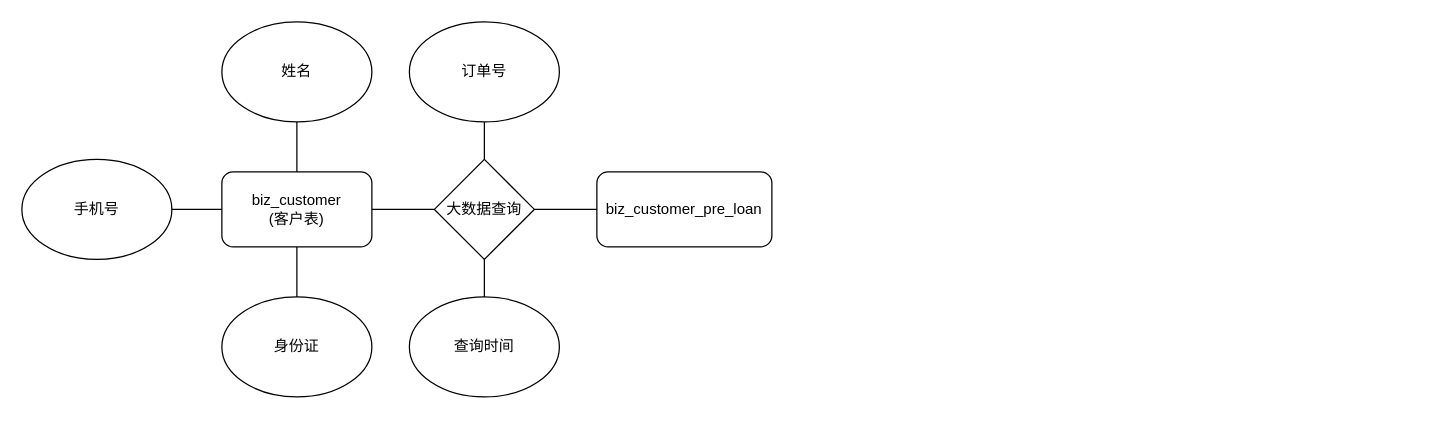
Before: liyu-er.drawio in ncjdjyh/materials, a draw.io diagram. Source tidied: cells renumbered, new cells numbered last; positions are measured from the earlier drawing's top-left corner, leaving out a move shared by most shapes. Both pictures are drawn from the tidied source at 125%, with x=0, y=0 at pixel (21, 21).
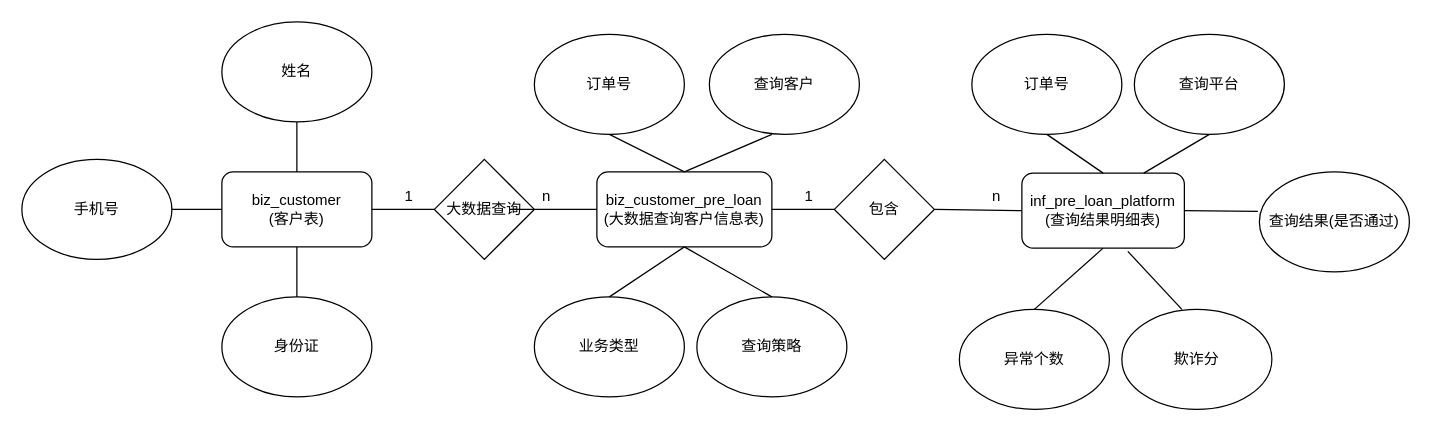
Above is the later version.

The change refers to these unchanged cells:
```xml
<mxCell id="11" value="大数据查询" style="rhombus;whiteSpace=wrap;html=1;fillColor=none;" parent="1" vertex="1">
  <mxGeometry x="330" y="110" width="80" height="80" as="geometry" />
</mxCell>
```

Diff of the diagram source:
```diff
@@
-    <mxCell id="6" value="biz_customer_pre_loan" style="rounded=1;whiteSpace=wrap;html=1;fillColor=none;" parent="1" vertex="1">
+    <mxCell id="6" value="biz_customer_pre_loan&lt;br&gt;(大数据查询客户信息表)" style="rounded=1;whiteSpace=wrap;html=1;fillColor=none;" parent="1" vertex="1">
       <mxGeometry x="460" y="120" width="140" height="60" as="geometry" />
     </mxCell>
@@
-    <mxCell id="13" style="endArrow=none;html=1;exitX=1;exitY=0.5;exitDx=0;exitDy=0;entryX=0;entryY=0.5;entryDx=0;entryDy=0;" parent="1" edge="1" source="11" target="6">
-      <mxGeometry relative="1" as="geometry" />
+    <mxCell id="13" style="endArrow=none;html=1;exitX=1;exitY=0.5;exitDx=0;exitDy=0;entryX=0;entryY=0.5;entryDx=0;entryDy=0;" parent="1" edge="1" target="6">
+      <mxGeometry relative="1" as="geometry">
+        <mxPoint x="390" y="150" as="sourcePoint" />
+      </mxGeometry>
     </mxCell>
-    <mxCell id="14" value="订单号" style="ellipse;whiteSpace=wrap;html=1;fillColor=none;" parent="1" vertex="1">
-      <mxGeometry x="310" width="120" height="80" as="geometry" />
-    </mxCell>
-    <mxCell id="15" style="endArrow=none;html=1;entryX=0.5;entryY=1;entryDx=0;entryDy=0;exitX=0.5;exitY=0;exitDx=0;exitDy=0;" parent="1" edge="1" source="11" target="14">
-      <mxGeometry relative="1" as="geometry" />
-    </mxCell>
-    <mxCell id="16" value="查询时间" style="ellipse;whiteSpace=wrap;html=1;fillColor=none;" parent="1" vertex="1">
-      <mxGeometry x="310" y="220" width="120" height="80" as="geometry" />
-    </mxCell>
-    <mxCell id="17" style="endArrow=none;html=1;exitX=0.5;exitY=0;exitDx=0;exitDy=0;entryX=0.5;entryY=1;entryDx=0;entryDy=0;" parent="1" edge="1" source="16" target="11">
-      <mxGeometry relative="1" as="geometry" />
-    </mxCell>
+    <mxCell id="18" value="订单号" style="ellipse;whiteSpace=wrap;html=1;fillColor=none;" parent="1" vertex="1">
+      <mxGeometry x="410" y="10" width="120" height="80" as="geometry" />
+    </mxCell>
+    <mxCell id="19" value="业务类型" style="ellipse;whiteSpace=wrap;html=1;fillColor=none;" parent="1" vertex="1">
+      <mxGeometry x="410" y="220" width="120" height="80" as="geometry" />
+    </mxCell>
+    <mxCell id="20" style="endArrow=none;html=1;entryX=0.5;entryY=1;entryDx=0;entryDy=0;exitX=0.5;exitY=0;exitDx=0;exitDy=0;" parent="1" edge="1" source="6" target="18">
+      <mxGeometry relative="1" as="geometry" />
+    </mxCell>
+    <mxCell id="21" style="endArrow=none;html=1;entryX=0.5;entryY=1;entryDx=0;entryDy=0;exitX=0.5;exitY=0;exitDx=0;exitDy=0;" parent="1" edge="1" source="19" target="6">
+      <mxGeometry relative="1" as="geometry" />
+    </mxCell>
+    <mxCell id="22" value="查询策略" style="ellipse;whiteSpace=wrap;html=1;fillColor=none;" parent="1" vertex="1">
+      <mxGeometry x="540" y="220" width="120" height="80" as="geometry" />
+    </mxCell>
+    <mxCell id="23" style="endArrow=none;html=1;entryX=0.5;entryY=1;entryDx=0;entryDy=0;exitX=0.5;exitY=0;exitDx=0;exitDy=0;" parent="1" edge="1" source="22" target="6">
+      <mxGeometry relative="1" as="geometry" />
+    </mxCell>
+    <mxCell id="24" value="n" style="text;html=1;strokeColor=none;fillColor=none;align=center;verticalAlign=middle;whiteSpace=wrap;rounded=0;" parent="1" vertex="1">
+      <mxGeometry x="400" y="130" width="40" height="20" as="geometry" />
+    </mxCell>
+    <mxCell id="25" value="1" style="text;html=1;strokeColor=none;fillColor=none;align=center;verticalAlign=middle;whiteSpace=wrap;rounded=0;" parent="1" vertex="1">
+      <mxGeometry x="290" y="130" width="40" height="20" as="geometry" />
+    </mxCell>
+    <mxCell id="26" value="inf_pre_loan_platform&lt;br&gt;(查询结果明细表)" style="rounded=1;whiteSpace=wrap;html=1;fillColor=none;" parent="1" vertex="1">
+      <mxGeometry x="800" y="121" width="130" height="60" as="geometry" />
+    </mxCell>
+    <mxCell id="27" value="包含" style="rhombus;whiteSpace=wrap;html=1;fillColor=none;" parent="1" vertex="1">
+      <mxGeometry x="650" y="110" width="80" height="80" as="geometry" />
+    </mxCell>
+    <mxCell id="28" style="endArrow=none;html=1;exitX=1;exitY=0.5;exitDx=0;exitDy=0;entryX=0;entryY=0.5;entryDx=0;entryDy=0;" parent="1" edge="1" source="6">
+      <mxGeometry relative="1" as="geometry">
+        <mxPoint x="650" y="150" as="targetPoint" />
+      </mxGeometry>
+    </mxCell>
+    <mxCell id="29" style="endArrow=none;html=1;exitX=0;exitY=0.5;exitDx=0;exitDy=0;entryX=1;entryY=0.5;entryDx=0;entryDy=0;" parent="1" edge="1" source="26" target="27">
+      <mxGeometry relative="1" as="geometry" />
+    </mxCell>
+    <mxCell id="30" value="1" style="text;html=1;strokeColor=none;fillColor=none;align=center;verticalAlign=middle;whiteSpace=wrap;rounded=0;" parent="1" vertex="1">
+      <mxGeometry x="610" y="130" width="40" height="20" as="geometry" />
+    </mxCell>
+    <mxCell id="31" value="n" style="text;html=1;strokeColor=none;fillColor=none;align=center;verticalAlign=middle;whiteSpace=wrap;rounded=0;" parent="1" vertex="1">
+      <mxGeometry x="760" y="130" width="40" height="20" as="geometry" />
+    </mxCell>
+    <mxCell id="32" value="订单号" style="ellipse;whiteSpace=wrap;html=1;fillColor=none;" parent="1" vertex="1">
+      <mxGeometry x="760" y="10" width="120" height="80" as="geometry" />
+    </mxCell>
+    <mxCell id="33" value="异常个数" style="ellipse;whiteSpace=wrap;html=1;fillColor=none;" parent="1" vertex="1">
+      <mxGeometry x="750" y="230" width="120" height="80" as="geometry" />
+    </mxCell>
+    <mxCell id="34" value="查询平台" style="ellipse;whiteSpace=wrap;html=1;fillColor=none;" parent="1" vertex="1">
+      <mxGeometry x="890" y="10" width="120" height="80" as="geometry" />
+    </mxCell>
+    <mxCell id="35" value="欺诈分" style="ellipse;whiteSpace=wrap;html=1;fillColor=none;" parent="1" vertex="1">
+      <mxGeometry x="880" y="230" width="120" height="80" as="geometry" />
+    </mxCell>
+    <mxCell id="36" value="查询结果(是否通过)" style="ellipse;whiteSpace=wrap;html=1;fillColor=none;" parent="1" vertex="1">
+      <mxGeometry x="990" y="120" width="120" height="80" as="geometry" />
+    </mxCell>
+    <mxCell id="37" value="查询客户" style="ellipse;whiteSpace=wrap;html=1;fillColor=none;" parent="1" vertex="1">
+      <mxGeometry x="550" y="10" width="120" height="80" as="geometry" />
+    </mxCell>
+    <mxCell id="38" style="endArrow=none;html=1;exitX=0.5;exitY=0;exitDx=0;exitDy=0;" parent="1" edge="1" source="6">
+      <mxGeometry relative="1" as="geometry">
+        <mxPoint x="600" y="90" as="targetPoint" />
+      </mxGeometry>
+    </mxCell>
+    <mxCell id="39" style="endArrow=none;html=1;exitX=0.5;exitY=0;exitDx=0;exitDy=0;entryX=0.5;entryY=1;entryDx=0;entryDy=0;" parent="1" edge="1" source="33" target="26">
+      <mxGeometry relative="1" as="geometry" />
+    </mxCell>
+    <mxCell id="40" style="endArrow=none;html=1;exitX=0.4;exitY=0;exitDx=0;exitDy=0;exitPerimeter=0;entryX=0.652;entryY=1.043;entryDx=0;entryDy=0;entryPerimeter=0;" parent="1" edge="1" source="35" target="26">
+      <mxGeometry relative="1" as="geometry" />
+    </mxCell>
+    <mxCell id="41" style="endArrow=none;html=1;exitX=-0.01;exitY=0.395;exitDx=0;exitDy=0;exitPerimeter=0;entryX=1;entryY=0.5;entryDx=0;entryDy=0;" parent="1" edge="1" source="36" target="26">
+      <mxGeometry relative="1" as="geometry" />
+    </mxCell>
+    <mxCell id="42" style="endArrow=none;html=1;exitX=0.5;exitY=1;exitDx=0;exitDy=0;entryX=0.75;entryY=0;entryDx=0;entryDy=0;" parent="1" edge="1" source="34" target="26">
+      <mxGeometry relative="1" as="geometry" />
+    </mxCell>
+    <mxCell id="43" style="endArrow=none;html=1;exitX=0.5;exitY=0;exitDx=0;exitDy=0;entryX=0.5;entryY=1;entryDx=0;entryDy=0;" parent="1" edge="1" source="26" target="32">
+      <mxGeometry relative="1" as="geometry" />
+    </mxCell>
```
